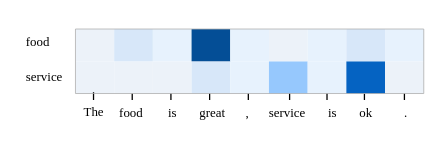
The draw.io diagram SemGCNAnalysis-b.drawio in zhaicao/images, before the edit. Source tidied: cells renumbered, new cells numbered last; positions are measured from the earlier drawing's top-left corner, leaving out a move shared by most shapes. Both pictures are drawn from the tidied source at 129%, with x=0, y=0 at pixel (23, 22).
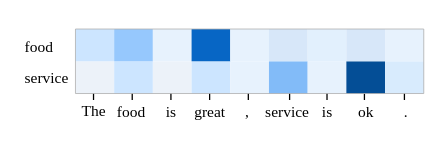
After the change.

Unchanged cells that the change refers to:
```xml
<mxCell id="4" style="whiteSpace=wrap;html=1;strokeColor=none;fillColor=#ecf2f9;fontSize=10;fontFamily=Times New Roman;" parent="1" vertex="1">
  <mxGeometry x="40" y="30" width="30" height="25" as="geometry" />
</mxCell>
```

The edit, as a diff of the source:
```diff
@@
-    <mxCell id="2" value="service" style="text;html=1;align=left;verticalAlign=middle;strokeColor=none;fillColor=none;fontSize=10;fontFamily=Times New Roman;" parent="1" vertex="1">
-      <mxGeometry y="27" width="50" height="30" as="geometry" />
+    <mxCell id="2" value="service" style="text;html=1;align=left;verticalAlign=middle;strokeColor=none;fillColor=none;fontSize=12;fontFamily=Times New Roman;" parent="1" vertex="1">
+      <mxGeometry x="-1" y="28" width="60" height="30" as="geometry" />
     </mxCell>
-    <mxCell id="3" value="food" style="text;html=1;align=left;verticalAlign=middle;strokeColor=none;fillColor=none;fontSize=10;fontFamily=Times New Roman;" parent="1" vertex="1">
-      <mxGeometry y="-0.5" width="40" height="30" as="geometry" />
+    <mxCell id="3" value="food" style="text;html=1;align=left;verticalAlign=middle;strokeColor=none;fillColor=none;fontSize=12;fontFamily=Times New Roman;" parent="1" vertex="1">
+      <mxGeometry x="-1" y="3.5" width="50" height="30" as="geometry" />
     </mxCell>
@@
-    <mxCell id="5" style="whiteSpace=wrap;html=1;fillColor=#ECF2F9;strokeColor=none;fontSize=10;fontFamily=Times New Roman;" parent="1" vertex="1">
+    <mxCell id="5" style="whiteSpace=wrap;html=1;fillColor=#CCE5FF;strokeColor=none;fontSize=10;fontFamily=Times New Roman;" parent="1" vertex="1">
       <mxGeometry x="70" y="30" width="30" height="25" as="geometry" />
     </mxCell>
@@
-    <mxCell id="7" style="whiteSpace=wrap;html=1;fillColor=#D7E7F9;strokeColor=none;fontSize=10;fontFamily=Times New Roman;" parent="1" vertex="1">
+    <mxCell id="7" style="whiteSpace=wrap;html=1;fillColor=#cce5ff;strokeColor=none;fontSize=10;fontFamily=Times New Roman;" parent="1" vertex="1">
       <mxGeometry x="130" y="30" width="30" height="25" as="geometry" />
     </mxCell>
@@
-    <mxCell id="9" style="whiteSpace=wrap;html=1;fillColor=#96c8fd;strokeColor=none;fontSize=10;fontFamily=Times New Roman;" parent="1" vertex="1">
+    <mxCell id="9" style="whiteSpace=wrap;html=1;fillColor=#82bbf8;strokeColor=none;fontSize=10;fontFamily=Times New Roman;" parent="1" vertex="1">
       <mxGeometry x="190" y="30" width="30" height="25" as="geometry" />
     </mxCell>
@@
-    <mxCell id="11" style="whiteSpace=wrap;html=1;fillColor=#0563c2;strokeColor=none;fontSize=10;fontFamily=Times New Roman;" parent="1" vertex="1">
+    <mxCell id="11" style="whiteSpace=wrap;html=1;fillColor=#044e96;strokeColor=none;fontSize=10;fontFamily=Times New Roman;" parent="1" vertex="1">
       <mxGeometry x="250" y="30" width="30" height="25" as="geometry" />
     </mxCell>
-    <mxCell id="12" style="whiteSpace=wrap;html=1;strokeColor=none;fillColor=#ECF2F9;fontSize=10;fontFamily=Times New Roman;" parent="1" vertex="1">
+    <mxCell id="12" style="whiteSpace=wrap;html=1;strokeColor=none;fillColor=#d8ebfd;fontSize=10;fontFamily=Times New Roman;" parent="1" vertex="1">
       <mxGeometry x="280" y="30" width="30" height="25" as="geometry" />
     </mxCell>
-    <mxCell id="13" value="&lt;font style=&quot;font-size: 10px;&quot;&gt;food&lt;/font&gt;" style="text;html=1;align=center;verticalAlign=middle;strokeColor=none;fillColor=none;fontSize=10;fontFamily=Times New Roman;" parent="1" vertex="1">
-      <mxGeometry x="63" y="55" width="40" height="30" as="geometry" />
-    </mxCell>
-    <mxCell id="14" value="&lt;font style=&quot;font-size: 10px;&quot;&gt;is&lt;/font&gt;" style="text;html=1;align=center;verticalAlign=middle;strokeColor=none;fillColor=none;fontSize=10;fontFamily=Times New Roman;" parent="1" vertex="1">
-      <mxGeometry x="100" y="55" width="30" height="30" as="geometry" />
-    </mxCell>
-    <mxCell id="15" value="&lt;font style=&quot;font-size: 10px;&quot;&gt;great&lt;/font&gt;" style="text;html=1;align=center;verticalAlign=middle;strokeColor=none;fillColor=none;fontSize=10;fontFamily=Times New Roman;" parent="1" vertex="1">
-      <mxGeometry x="126" y="55" width="40" height="30" as="geometry" />
-    </mxCell>
-    <mxCell id="16" value="&lt;font style=&quot;font-size: 10px;&quot;&gt;,&lt;/font&gt;" style="text;html=1;align=center;verticalAlign=middle;strokeColor=none;fillColor=none;fontSize=10;fontFamily=Times New Roman;" parent="1" vertex="1">
-      <mxGeometry x="158" y="55" width="30" height="30" as="geometry" />
-    </mxCell>
-    <mxCell id="17" value="&lt;font style=&quot;font-size: 10px;&quot;&gt;service&lt;/font&gt;" style="text;html=1;align=center;verticalAlign=middle;strokeColor=none;fillColor=none;fontSize=10;fontFamily=Times New Roman;" parent="1" vertex="1">
-      <mxGeometry x="179" y="55" width="50" height="30" as="geometry" />
-    </mxCell>
-    <mxCell id="18" value="&lt;span style=&quot;font-size: 10px;&quot;&gt;is&lt;/span&gt;" style="text;html=1;align=center;verticalAlign=middle;strokeColor=none;fillColor=none;fontSize=10;fontFamily=Times New Roman;" parent="1" vertex="1">
-      <mxGeometry x="224" y="55" width="30" height="30" as="geometry" />
-    </mxCell>
-    <mxCell id="19" value="&lt;span style=&quot;font-size: 10px;&quot;&gt;ok&lt;/span&gt;" style="text;html=1;align=center;verticalAlign=middle;strokeColor=none;fillColor=none;fontSize=10;fontFamily=Times New Roman;" parent="1" vertex="1">
-      <mxGeometry x="250" y="55" width="30" height="30" as="geometry" />
-    </mxCell>
-    <mxCell id="20" value="&lt;span style=&quot;font-size: 10px;&quot;&gt;.&lt;/span&gt;" style="text;html=1;align=center;verticalAlign=middle;strokeColor=none;fillColor=none;fontSize=10;fontFamily=Times New Roman;fontStyle=0;" parent="1" vertex="1">
-      <mxGeometry x="281" y="55" width="30" height="30" as="geometry" />
-    </mxCell>
-    <mxCell id="21" style="endArrow=none;html=1;rounded=0;fontFamily=Times New Roman;fontSize=11;strokeColor=none;" parent="1" edge="1" source="40">
-      <mxGeometry relative="1" as="geometry">
-        <mxPoint x="54" y="55" as="targetPoint" />
-      </mxGeometry>
-    </mxCell>
-    <mxCell id="22" style="endArrow=none;html=1;rounded=0;fontFamily=Times New Roman;fontSize=11;" parent="1" edge="1">
-      <mxGeometry relative="1" as="geometry">
-        <mxPoint x="84" y="60" as="sourcePoint" />
-        <mxPoint x="84" y="55" as="targetPoint" />
-      </mxGeometry>
-    </mxCell>
-    <mxCell id="23" style="endArrow=none;html=1;rounded=0;fontFamily=Times New Roman;fontSize=11;" parent="1" edge="1">
-      <mxGeometry relative="1" as="geometry">
-        <mxPoint x="114" y="60" as="sourcePoint" />
-        <mxPoint x="114" y="55" as="targetPoint" />
-      </mxGeometry>
-    </mxCell>
-    <mxCell id="24" style="endArrow=none;html=1;rounded=0;fontFamily=Times New Roman;fontSize=11;" parent="1" edge="1">
-      <mxGeometry relative="1" as="geometry">
-        <mxPoint x="144" y="60" as="sourcePoint" />
-        <mxPoint x="144" y="55" as="targetPoint" />
-      </mxGeometry>
-    </mxCell>
-    <mxCell id="25" style="endArrow=none;html=1;rounded=0;fontFamily=Times New Roman;fontSize=11;" parent="1" edge="1">
-      <mxGeometry relative="1" as="geometry">
-        <mxPoint x="174" y="60" as="sourcePoint" />
-        <mxPoint x="174" y="55" as="targetPoint" />
-      </mxGeometry>
-    </mxCell>
-    <mxCell id="26" style="endArrow=none;html=1;rounded=0;fontFamily=Times New Roman;fontSize=11;" parent="1" edge="1">
-      <mxGeometry relative="1" as="geometry">
-        <mxPoint x="206" y="60" as="sourcePoint" />
-        <mxPoint x="206" y="55" as="targetPoint" />
-      </mxGeometry>
-    </mxCell>
-    <mxCell id="27" style="endArrow=none;html=1;rounded=0;fontFamily=Times New Roman;fontSize=11;" parent="1" edge="1">
-      <mxGeometry relative="1" as="geometry">
-        <mxPoint x="235" y="60" as="sourcePoint" />
-        <mxPoint x="235" y="55" as="targetPoint" />
-      </mxGeometry>
-    </mxCell>
-    <mxCell id="28" style="endArrow=none;html=1;rounded=0;fontFamily=Times New Roman;fontSize=11;" parent="1" edge="1">
-      <mxGeometry relative="1" as="geometry">
-        <mxPoint x="264" y="60" as="sourcePoint" />
-        <mxPoint x="264" y="55" as="targetPoint" />
-      </mxGeometry>
-    </mxCell>
-    <mxCell id="29" style="endArrow=none;html=1;rounded=0;fontFamily=Times New Roman;fontSize=11;" parent="1" edge="1">
-      <mxGeometry relative="1" as="geometry">
-        <mxPoint x="295" y="60" as="sourcePoint" />
-        <mxPoint x="295" y="55" as="targetPoint" />
-      </mxGeometry>
-    </mxCell>
-    <mxCell id="30" style="whiteSpace=wrap;html=1;strokeColor=none;fillColor=#ECF2F9;fontSize=10;fontFamily=Times New Roman;rounded=0;" parent="1" vertex="1">
+    <mxCell id="30" style="whiteSpace=wrap;html=1;strokeColor=none;fillColor=#CCE5FF;fontSize=10;fontFamily=Times New Roman;rounded=0;" parent="1" vertex="1">
       <mxGeometry x="40" y="5" width="30" height="25" as="geometry" />
     </mxCell>
-    <mxCell id="31" style="whiteSpace=wrap;html=1;fillColor=#D7E7F9;strokeColor=none;fontSize=10;fontFamily=Times New Roman;rounded=0;" parent="1" vertex="1">
+    <mxCell id="31" style="whiteSpace=wrap;html=1;fillColor=#96C8FD;strokeColor=none;fontSize=10;fontFamily=Times New Roman;rounded=0;" parent="1" vertex="1">
       <mxGeometry x="70" y="5" width="30" height="25" as="geometry" />
     </mxCell>
@@
-    <mxCell id="33" style="whiteSpace=wrap;html=1;fillColor=#044E96;strokeColor=none;fontSize=10;fontFamily=Times New Roman;rounded=0;" parent="1" vertex="1">
+    <mxCell id="33" style="whiteSpace=wrap;html=1;fillColor=#0766c5;strokeColor=none;fontSize=10;fontFamily=Times New Roman;rounded=0;" parent="1" vertex="1">
       <mxGeometry x="130" y="5" width="30" height="25" as="geometry" />
     </mxCell>
@@
-    <mxCell id="35" style="whiteSpace=wrap;html=1;fillColor=#ECF2F9;strokeColor=none;fontSize=10;fontFamily=Times New Roman;rounded=0;" parent="1" vertex="1">
+    <mxCell id="35" style="whiteSpace=wrap;html=1;fillColor=#d7e7f9;strokeColor=none;fontSize=10;fontFamily=Times New Roman;rounded=0;" parent="1" vertex="1">
       <mxGeometry x="190" y="5" width="30" height="25" as="geometry" />
     </mxCell>
-    <mxCell id="36" style="whiteSpace=wrap;html=1;strokeColor=none;fillColor=#E7F2FD;fontSize=10;fontFamily=Times New Roman;rounded=0;" parent="1" vertex="1">
+    <mxCell id="36" style="whiteSpace=wrap;html=1;strokeColor=none;fillColor=#e2f0fd;fontSize=10;fontFamily=Times New Roman;rounded=0;" parent="1" vertex="1">
       <mxGeometry x="220" y="5" width="30" height="25" as="geometry" />
     </mxCell>
@@
-    <mxCell id="39" style="endArrow=none;html=1;rounded=0;fontFamily=Times New Roman;fontSize=11;" parent="1" edge="1" target="40">
-      <mxGeometry relative="1" as="geometry">
-        <mxPoint x="54" y="60" as="sourcePoint" />
-      </mxGeometry>
-    </mxCell>
-    <mxCell id="40" value="&lt;font style=&quot;font-size: 10px;&quot;&gt;The&lt;/font&gt;" style="text;html=1;align=center;verticalAlign=middle;points=[];strokeColor=none;fillColor=none;fontSize=10;fontFamily=Times New Roman;" parent="1" vertex="1">
-      <mxGeometry x="34" y="54" width="40" height="30" as="geometry" />
-    </mxCell>
@@
-    <mxCell id="43" style="endArrow=none;html=1;rounded=0;strokeColor=#adadad;strokeWidth=0.6;exitX=1;exitY=1;exitDx=0;exitDy=0;entryX=0;entryY=1;entryDx=0;entryDy=0;" parent="1" edge="1" source="12" target="4">
-      <mxGeometry relative="1" as="geometry" />
-    </mxCell>
@@
+    <mxCell id="40" value="&lt;font style=&quot;font-size: 12px;&quot;&gt;The&lt;/font&gt;" style="text;html=1;align=center;verticalAlign=middle;points=[];strokeColor=none;fillColor=none;fontSize=12;fontFamily=Times New Roman;" parent="1" vertex="1">
+      <mxGeometry x="34" y="54" width="40" height="30" as="geometry" />
+    </mxCell>
+    <mxCell id="13" value="&lt;font style=&quot;font-size: 12px;&quot;&gt;food&lt;/font&gt;" style="text;html=1;align=center;verticalAlign=middle;strokeColor=none;fillColor=none;fontSize=12;fontFamily=Times New Roman;" parent="1" vertex="1">
+      <mxGeometry x="58" y="55" width="50" height="30" as="geometry" />
+    </mxCell>
+    <mxCell id="45" value="&lt;font style=&quot;font-size: 12px;&quot;&gt;is&lt;/font&gt;" style="text;html=1;align=center;verticalAlign=middle;strokeColor=none;fillColor=none;fontSize=12;fontFamily=Times New Roman;" parent="1" vertex="1">
+      <mxGeometry x="99" y="55" width="30" height="30" as="geometry" />
+    </mxCell>
+    <mxCell id="15" value="&lt;font style=&quot;font-size: 12px;&quot;&gt;great&lt;/font&gt;" style="text;html=1;align=center;verticalAlign=middle;strokeColor=none;fillColor=none;fontSize=12;fontFamily=Times New Roman;" parent="1" vertex="1">
+      <mxGeometry x="119" y="55" width="50" height="30" as="geometry" />
+    </mxCell>
+    <mxCell id="16" value="&lt;font style=&quot;font-size: 12px;&quot;&gt;,&lt;/font&gt;" style="text;html=1;align=center;verticalAlign=middle;strokeColor=none;fillColor=none;fontSize=12;fontFamily=Times New Roman;" parent="1" vertex="1">
+      <mxGeometry x="158" y="55" width="30" height="30" as="geometry" />
+    </mxCell>
+    <mxCell id="17" value="&lt;font style=&quot;font-size: 12px;&quot;&gt;service&lt;/font&gt;" style="text;html=1;align=center;verticalAlign=middle;strokeColor=none;fillColor=none;fontSize=12;fontFamily=Times New Roman;" parent="1" vertex="1">
+      <mxGeometry x="174" y="55" width="60" height="30" as="geometry" />
+    </mxCell>
+    <mxCell id="46" value="&lt;span style=&quot;font-size: 12px;&quot;&gt;is&lt;/span&gt;" style="text;html=1;align=center;verticalAlign=middle;strokeColor=none;fillColor=none;fontSize=12;fontFamily=Times New Roman;" parent="1" vertex="1">
+      <mxGeometry x="220" y="55" width="30" height="30" as="geometry" />
+    </mxCell>
+    <mxCell id="19" value="&lt;span style=&quot;font-size: 12px;&quot;&gt;ok&lt;/span&gt;" style="text;html=1;align=center;verticalAlign=middle;strokeColor=none;fillColor=none;fontSize=12;fontFamily=Times New Roman;" parent="1" vertex="1">
+      <mxGeometry x="245" y="55" width="40" height="30" as="geometry" />
+    </mxCell>
+    <mxCell id="20" value="&lt;span style=&quot;font-size: 12px;&quot;&gt;.&lt;/span&gt;" style="text;html=1;align=center;verticalAlign=middle;strokeColor=none;fillColor=none;fontSize=12;fontFamily=Times New Roman;fontStyle=0;" parent="1" vertex="1">
+      <mxGeometry x="281" y="55" width="30" height="30" as="geometry" />
+    </mxCell>
+    <mxCell id="47" style="endArrow=none;html=1;rounded=0;fontFamily=Times New Roman;fontSize=11;strokeColor=none;" parent="1" edge="1" source="40">
+      <mxGeometry relative="1" as="geometry">
+        <mxPoint x="54" y="55" as="targetPoint" />
+      </mxGeometry>
+    </mxCell>
+    <mxCell id="48" style="endArrow=none;html=1;rounded=0;fontFamily=Times New Roman;fontSize=11;" parent="1" edge="1">
+      <mxGeometry relative="1" as="geometry">
+        <mxPoint x="84" y="60" as="sourcePoint" />
+        <mxPoint x="84" y="55" as="targetPoint" />
+      </mxGeometry>
+    </mxCell>
+    <mxCell id="49" style="endArrow=none;html=1;rounded=0;fontFamily=Times New Roman;fontSize=11;" parent="1" edge="1">
+      <mxGeometry relative="1" as="geometry">
+        <mxPoint x="114" y="60" as="sourcePoint" />
+        <mxPoint x="114" y="55" as="targetPoint" />
+      </mxGeometry>
+    </mxCell>
+    <mxCell id="50" style="endArrow=none;html=1;rounded=0;fontFamily=Times New Roman;fontSize=11;" parent="1" edge="1">
+      <mxGeometry relative="1" as="geometry">
+        <mxPoint x="144" y="60" as="sourcePoint" />
+        <mxPoint x="144" y="55" as="targetPoint" />
+      </mxGeometry>
+    </mxCell>
+    <mxCell id="51" style="endArrow=none;html=1;rounded=0;fontFamily=Times New Roman;fontSize=11;" parent="1" edge="1">
+      <mxGeometry relative="1" as="geometry">
+        <mxPoint x="174" y="60" as="sourcePoint" />
+        <mxPoint x="174" y="55" as="targetPoint" />
+      </mxGeometry>
+    </mxCell>
+    <mxCell id="52" style="endArrow=none;html=1;rounded=0;fontFamily=Times New Roman;fontSize=11;" parent="1" edge="1">
+      <mxGeometry relative="1" as="geometry">
+        <mxPoint x="206" y="60" as="sourcePoint" />
+        <mxPoint x="206" y="55" as="targetPoint" />
+      </mxGeometry>
+    </mxCell>
+    <mxCell id="53" style="endArrow=none;html=1;rounded=0;fontFamily=Times New Roman;fontSize=11;" parent="1" edge="1">
+      <mxGeometry relative="1" as="geometry">
+        <mxPoint x="235" y="60" as="sourcePoint" />
+        <mxPoint x="235" y="55" as="targetPoint" />
+      </mxGeometry>
+    </mxCell>
+    <mxCell id="54" style="endArrow=none;html=1;rounded=0;fontFamily=Times New Roman;fontSize=11;" parent="1" edge="1">
+      <mxGeometry relative="1" as="geometry">
+        <mxPoint x="264" y="60" as="sourcePoint" />
+        <mxPoint x="264" y="55" as="targetPoint" />
+      </mxGeometry>
+    </mxCell>
+    <mxCell id="55" style="endArrow=none;html=1;rounded=0;fontFamily=Times New Roman;fontSize=11;" parent="1" edge="1">
+      <mxGeometry relative="1" as="geometry">
+        <mxPoint x="295" y="60" as="sourcePoint" />
+        <mxPoint x="295" y="55" as="targetPoint" />
+      </mxGeometry>
+    </mxCell>
+    <mxCell id="56" style="endArrow=none;html=1;rounded=0;fontFamily=Times New Roman;fontSize=11;" parent="1" edge="1">
+      <mxGeometry relative="1" as="geometry">
+        <mxPoint x="54" y="60" as="sourcePoint" />
+        <mxPoint x="54" y="55" as="targetPoint" />
+      </mxGeometry>
+    </mxCell>
+    <mxCell id="57" style="endArrow=none;html=1;rounded=0;strokeColor=#adadad;strokeWidth=0.6;exitX=1;exitY=1;exitDx=0;exitDy=0;entryX=0;entryY=1;entryDx=0;entryDy=0;" parent="1" edge="1">
+      <mxGeometry relative="1" as="geometry">
+        <mxPoint x="310" y="55" as="sourcePoint" />
+        <mxPoint x="40" y="55" as="targetPoint" />
+      </mxGeometry>
+    </mxCell>
```
